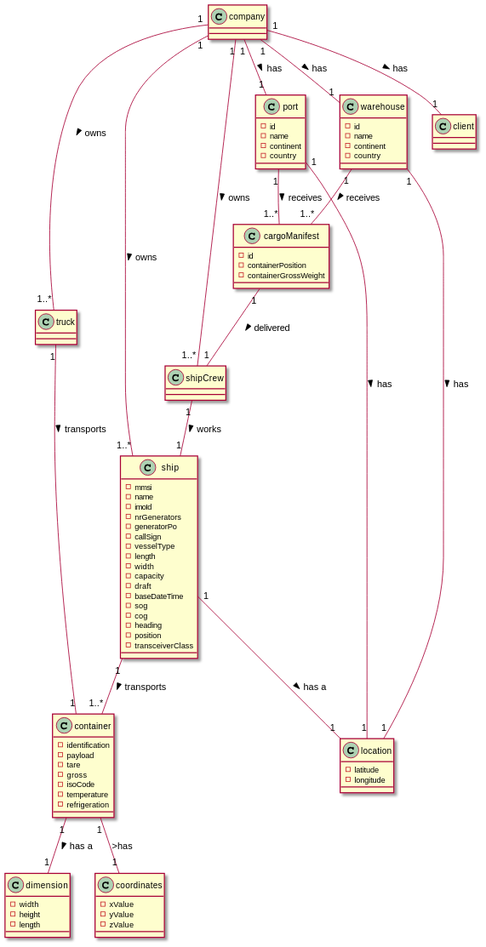
Before: docs/Sprint 1/DomainModel.svg, a diagram exported from PlantUML (GuilhermeCunha79/LAPR3). Source of this version:
```plantuml
@startuml

top to bottom direction

company"1" --- "1..*"truck : > owns
company"1" --- "1..*"ship : > owns
company"1" --- "1..*"shipCrew : > owns
company"1" -- "1"warehouse : > has
company"1" -- "1"client : > has
company"1" -- "1"port : > has
ship"1" -- "1..*" container:> transports
ship"1" -- "1"location:> has a
container"1" -- "1"dimension :> has a
container"1" -- "1"coordinates:>has
truck"1" -- "1"container:> transports
warehouse"1" --"1"location :> has
warehouse"1" --"1..*"cargoManifest :> receives
port"1" --"1"location :> has
port"1" -- "1..*"cargoManifest :> receives
shipCrew"1" -- "1"ship :> works
cargoManifest"1" -- "1"shipCrew :> delivered

class company{
}

class dimension{
-width
-height
-length
}

class shipCrew{
}

class container{
-identification
-payload
-tare
-gross
-isoCode
-temperature
-refrigeration
}

class truck{
}

class ship{
-mmsi
-name
-imoId
-nrGenerators
-generatorPo
-callSign
-vesselType
-length
-width
-capacity
-draft
-baseDateTime
-sog
-cog
-heading
-position
-transceiverClass
}

class coordinates{
-xValue
-yValue
-zValue
}

class location{
-latitude
-longitude
}

class port{
-id
-name
-continent
-country
}

class warehouse{
-id
-name
-continent
-country
}

class cargoManifest{
-id
-containerPosition
-containerGrossWeight
}


@enduml
```
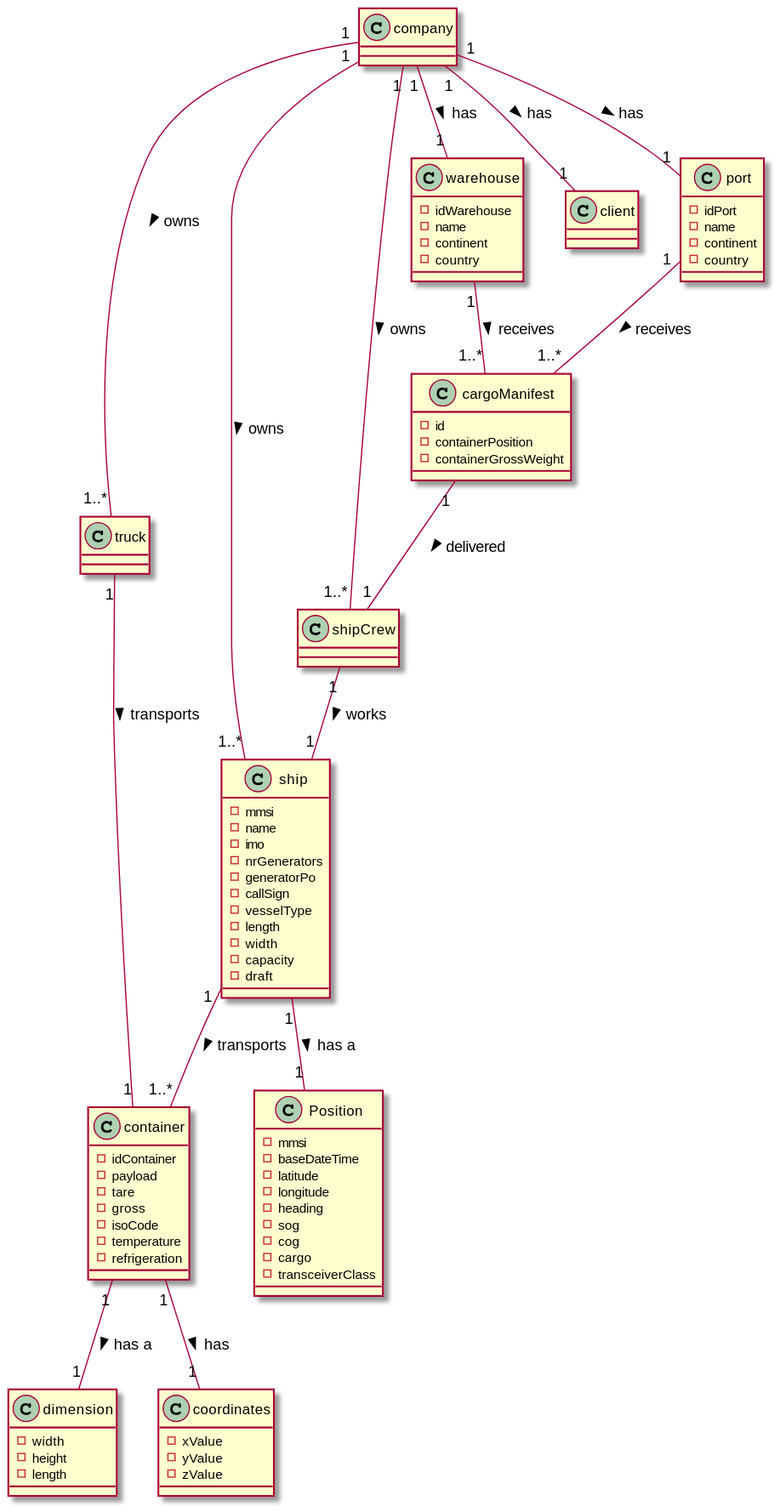
After the change.

What changed in the source:
```diff
@@ -9,13 +9,11 @@
 company"1" -- "1"client : > has
 company"1" -- "1"port : > has
 ship"1" -- "1..*" container:> transports
-ship"1" -- "1"location:> has a
+ship"1" -- "1"Position:> has a
 container"1" -- "1"dimension :> has a
-container"1" -- "1"coordinates:>has
+container"1" -- "1"coordinates:> has
 truck"1" -- "1"container:> transports
-warehouse"1" --"1"location :> has
 warehouse"1" --"1..*"cargoManifest :> receives
-port"1" --"1"location :> has
 port"1" -- "1..*"cargoManifest :> receives
 shipCrew"1" -- "1"ship :> works
 cargoManifest"1" -- "1"shipCrew :> delivered
@@ -33,7 +31,7 @@
 }
 
 class container{
--identification
+-idContainer
 -payload
 -tare
 -gross
@@ -48,7 +46,7 @@
 class ship{
 -mmsi
 -name
--imoId
+-imo
 -nrGenerators
 -generatorPo
 -callSign
@@ -57,12 +55,6 @@
 -width
 -capacity
 -draft
--baseDateTime
--sog
--cog
--heading
--position
--transceiverClass
 }
 
 class coordinates{
@@ -71,20 +63,27 @@
 -zValue
 }
 
-class location{
+class Position{
+-mmsi
+-baseDateTime
 -latitude
 -longitude
+-heading
+-sog
+-cog
+-cargo
+-transceiverClass
 }
 
 class port{
--id
+-idPort
 -name
 -continent
 -country
 }
 
 class warehouse{
--id
+-idWarehouse
 -name
 -continent
 -country
```
